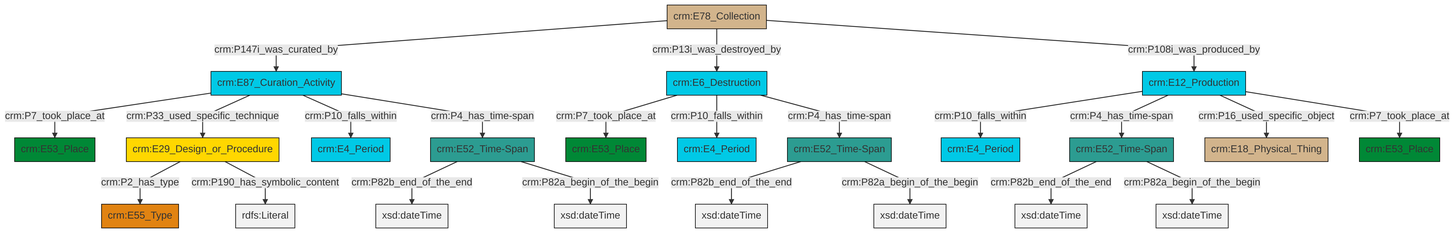
Above: et/archivalCSV/ttl/mmd/png/archival_existence.png in swiss-art-research-net/docs.swissartresearch (Mermaid), before the change. Its source is kept beside it as et/archivalCSV/ttl/mmd/archival_existence.ttl.mmd.
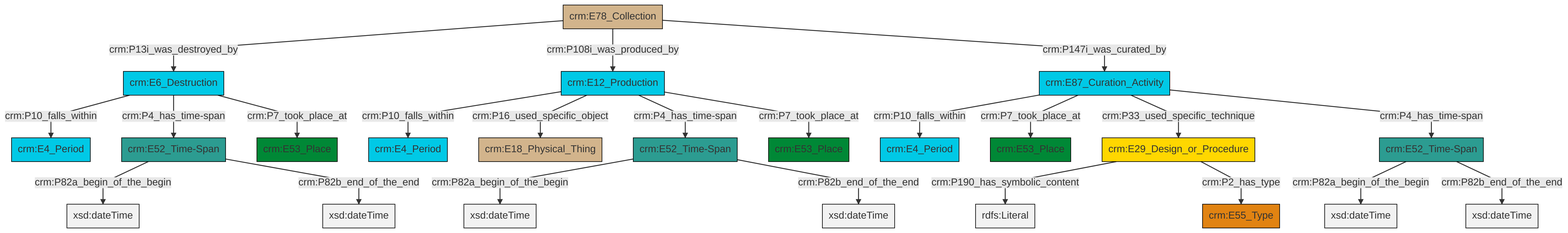
Later version of the same file.

The edit, as a diff of the source:
```diff
@@ -13,25 +13,25 @@
 classDef PC_Classes fill:#4ce600, stroke:#000000;
 classDef Multi fill:#cccccc,stroke:#000000;
 
-0["crm:E87_Curation_Activity"]:::Temporal_Entity -->|crm:P7_took_place_at| 1["crm:E53_Place"]:::Place
-2["crm:E78_Collection"]:::Physical_Thing -->|crm:P147i_was_curated_by| 0["crm:E87_Curation_Activity"]:::Temporal_Entity
-5["crm:E52_Time-Span"]:::Time-Span -->|crm:P82b_end_of_the_end| 7[xsd:dateTime]:::Literal
-8["crm:E29_Design_or_Procedure"]:::Conceptual_Object -->|crm:P2_has_type| 9["crm:E55_Type"]:::Type
-0["crm:E87_Curation_Activity"]:::Temporal_Entity -->|crm:P33_used_specific_technique| 8["crm:E29_Design_or_Procedure"]:::Conceptual_Object
-18["crm:E12_Production"]:::Temporal_Entity -->|crm:P10_falls_within| 20["crm:E4_Period"]:::Temporal_Entity
-10["crm:E52_Time-Span"]:::Time-Span -->|crm:P82b_end_of_the_end| 22[xsd:dateTime]:::Literal
-16["crm:E52_Time-Span"]:::Time-Span -->|crm:P82b_end_of_the_end| 23[xsd:dateTime]:::Literal
-5["crm:E52_Time-Span"]:::Time-Span -->|crm:P82a_begin_of_the_begin| 27[xsd:dateTime]:::Literal
-2["crm:E78_Collection"]:::Physical_Thing -->|crm:P13i_was_destroyed_by| 28["crm:E6_Destruction"]:::Temporal_Entity
-0["crm:E87_Curation_Activity"]:::Temporal_Entity -->|crm:P10_falls_within| 31["crm:E4_Period"]:::Temporal_Entity
-28["crm:E6_Destruction"]:::Temporal_Entity -->|crm:P7_took_place_at| 32["crm:E53_Place"]:::Place
-28["crm:E6_Destruction"]:::Temporal_Entity -->|crm:P10_falls_within| 24["crm:E4_Period"]:::Temporal_Entity
-10["crm:E52_Time-Span"]:::Time-Span -->|crm:P82a_begin_of_the_begin| 33[xsd:dateTime]:::Literal
-18["crm:E12_Production"]:::Temporal_Entity -->|crm:P4_has_time-span| 5["crm:E52_Time-Span"]:::Time-Span
-8["crm:E29_Design_or_Procedure"]:::Conceptual_Object -->|crm:P190_has_symbolic_content| 34[rdfs:Literal]:::Literal
-28["crm:E6_Destruction"]:::Temporal_Entity -->|crm:P4_has_time-span| 16["crm:E52_Time-Span"]:::Time-Span
-2["crm:E78_Collection"]:::Physical_Thing -->|crm:P108i_was_produced_by| 18["crm:E12_Production"]:::Temporal_Entity
-16["crm:E52_Time-Span"]:::Time-Span -->|crm:P82a_begin_of_the_begin| 37[xsd:dateTime]:::Literal
-18["crm:E12_Production"]:::Temporal_Entity -->|crm:P16_used_specific_object| 13["crm:E18_Physical_Thing"]:::Physical_Thing
-0["crm:E87_Curation_Activity"]:::Temporal_Entity -->|crm:P4_has_time-span| 10["crm:E52_Time-Span"]:::Time-Span
-18["crm:E12_Production"]:::Temporal_Entity -->|crm:P7_took_place_at| 29["crm:E53_Place"]:::Place
+0["crm:E52_Time-Span"]:::Time-Span -->|crm:P82a_begin_of_the_begin| 1[xsd:dateTime]:::Literal
+2["crm:E52_Time-Span"]:::Time-Span -->|crm:P82a_begin_of_the_begin| 3[xsd:dateTime]:::Literal
+8["crm:E12_Production"]:::Temporal_Entity -->|crm:P10_falls_within| 9["crm:E4_Period"]:::Temporal_Entity
+4["crm:E87_Curation_Activity"]:::Temporal_Entity -->|crm:P10_falls_within| 10["crm:E4_Period"]:::Temporal_Entity
+6["crm:E6_Destruction"]:::Temporal_Entity -->|crm:P10_falls_within| 11["crm:E4_Period"]:::Temporal_Entity
+8["crm:E12_Production"]:::Temporal_Entity -->|crm:P16_used_specific_object| 14["crm:E18_Physical_Thing"]:::Physical_Thing
+6["crm:E6_Destruction"]:::Temporal_Entity -->|crm:P4_has_time-span| 15["crm:E52_Time-Span"]:::Time-Span
+4["crm:E87_Curation_Activity"]:::Temporal_Entity -->|crm:P7_took_place_at| 19["crm:E53_Place"]:::Place
+20["crm:E78_Collection"]:::Physical_Thing -->|crm:P13i_was_destroyed_by| 6["crm:E6_Destruction"]:::Temporal_Entity
+8["crm:E12_Production"]:::Temporal_Entity -->|crm:P4_has_time-span| 2["crm:E52_Time-Span"]:::Time-Span
+20["crm:E78_Collection"]:::Physical_Thing -->|crm:P108i_was_produced_by| 8["crm:E12_Production"]:::Temporal_Entity
+2["crm:E52_Time-Span"]:::Time-Span -->|crm:P82b_end_of_the_end| 26[xsd:dateTime]:::Literal
+27["crm:E29_Design_or_Procedure"]:::Conceptual_Object -->|crm:P190_has_symbolic_content| 28[rdfs:Literal]:::Literal
+0["crm:E52_Time-Span"]:::Time-Span -->|crm:P82b_end_of_the_end| 30[xsd:dateTime]:::Literal
+27["crm:E29_Design_or_Procedure"]:::Conceptual_Object -->|crm:P2_has_type| 17["crm:E55_Type"]:::Type
+8["crm:E12_Production"]:::Temporal_Entity -->|crm:P7_took_place_at| 24["crm:E53_Place"]:::Place
+6["crm:E6_Destruction"]:::Temporal_Entity -->|crm:P7_took_place_at| 32["crm:E53_Place"]:::Place
+15["crm:E52_Time-Span"]:::Time-Span -->|crm:P82a_begin_of_the_begin| 33[xsd:dateTime]:::Literal
+20["crm:E78_Collection"]:::Physical_Thing -->|crm:P147i_was_curated_by| 4["crm:E87_Curation_Activity"]:::Temporal_Entity
+15["crm:E52_Time-Span"]:::Time-Span -->|crm:P82b_end_of_the_end| 34[xsd:dateTime]:::Literal
+4["crm:E87_Curation_Activity"]:::Temporal_Entity -->|crm:P33_used_specific_technique| 27["crm:E29_Design_or_Procedure"]:::Conceptual_Object
+4["crm:E87_Curation_Activity"]:::Temporal_Entity -->|crm:P4_has_time-span| 0["crm:E52_Time-Span"]:::Time-Span
```
